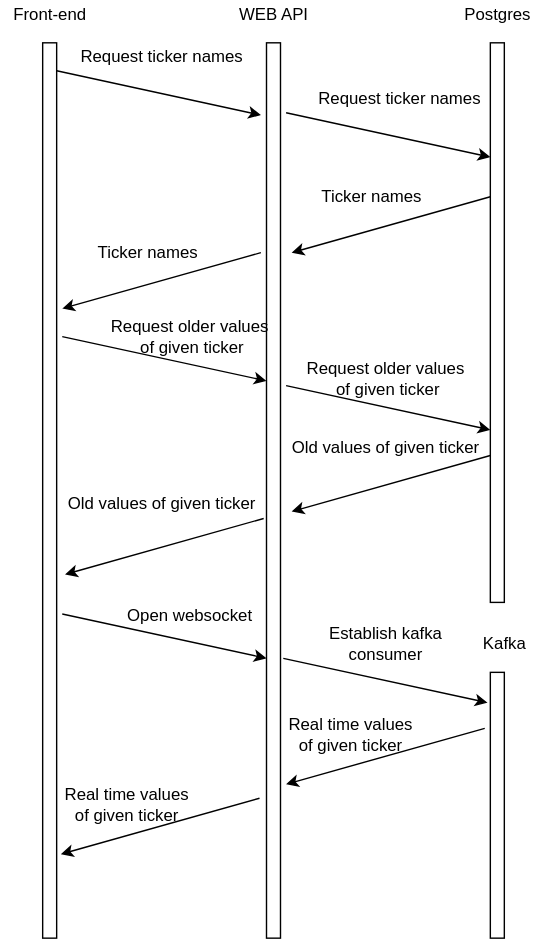
Earlier version of the draw.io export docs/frontend.svg (GreenBlackSky/trade_test). Source tidied: cells renumbered, new cells last; positions are measured from the earlier drawing's top-left corner, leaving out a move shared by most shapes. Source of this version:
```xml
<mxGraphModel>
  <root>
    <mxCell id="0" />
    <mxCell id="1" parent="0" />
    <mxCell id="2" style="whiteSpace=wrap;html=1;" parent="1" vertex="1">
      <mxGeometry x="30" y="30" width="10" height="640" as="geometry" />
    </mxCell>
    <mxCell id="3" style="whiteSpace=wrap;html=1;" parent="1" vertex="1">
      <mxGeometry x="190" y="30" width="10" height="640" as="geometry" />
    </mxCell>
    <mxCell id="4" style="whiteSpace=wrap;html=1;" parent="1" vertex="1">
      <mxGeometry x="350" y="30" width="10" height="400" as="geometry" />
    </mxCell>
    <mxCell id="5" value="Front-end" style="text;html=1;align=center;verticalAlign=middle;fillColor=none;strokeColor=none;rounded=0;" parent="1" vertex="1">
      <mxGeometry width="70" height="20" as="geometry" />
    </mxCell>
    <mxCell id="6" value="WEB API" style="text;html=1;align=center;verticalAlign=middle;fillColor=none;strokeColor=none;rounded=0;" parent="1" vertex="1">
      <mxGeometry x="165" width="60" height="20" as="geometry" />
    </mxCell>
    <mxCell id="7" style="whiteSpace=wrap;html=1;" parent="1" vertex="1">
      <mxGeometry x="350" y="480" width="10" height="190" as="geometry" />
    </mxCell>
    <mxCell id="8" value="Postgres" style="text;html=1;align=center;verticalAlign=middle;fillColor=none;strokeColor=none;rounded=0;" parent="1" vertex="1">
      <mxGeometry x="325" width="60" height="20" as="geometry" />
    </mxCell>
    <mxCell id="9" value="Kafka" style="text;html=1;align=center;verticalAlign=middle;fillColor=none;strokeColor=none;rounded=0;" parent="1" vertex="1">
      <mxGeometry x="335" y="450" width="50" height="20" as="geometry" />
    </mxCell>
    <mxCell id="10" value="Request ticker names" style="text;html=1;align=center;verticalAlign=middle;fillColor=none;strokeColor=none;rounded=0;" parent="1" vertex="1">
      <mxGeometry x="50" y="30" width="130" height="20" as="geometry" />
    </mxCell>
    <mxCell id="11" style="edgeStyle=none;html=1;exitX=1.2;exitY=0.102;exitDx=0;exitDy=0;entryX=-0.2;entryY=0.174;entryDx=0;entryDy=0;exitPerimeter=0;entryPerimeter=0;" parent="1" edge="1">
      <mxGeometry relative="1" as="geometry">
        <mxPoint x="204" y="80" as="sourcePoint" />
        <mxPoint x="350" y="111.7" as="targetPoint" />
      </mxGeometry>
    </mxCell>
    <mxCell id="12" style="edgeStyle=none;html=1;exitX=1.2;exitY=0.102;exitDx=0;exitDy=0;entryX=-0.2;entryY=0.174;entryDx=0;entryDy=0;exitPerimeter=0;entryPerimeter=0;" parent="1" edge="1">
      <mxGeometry relative="1" as="geometry">
        <mxPoint x="40" y="50" as="sourcePoint" />
        <mxPoint x="186" y="81.7" as="targetPoint" />
      </mxGeometry>
    </mxCell>
    <mxCell id="13" value="&lt;span style=&quot;color: rgba(0 , 0 , 0 , 0) ; font-family: monospace ; font-size: 0px&quot;&gt;%3CmxGraphModel%3E%3Croot%3E%3CmxCell%20id%3D%220%22%2F%3E%3CmxCell%20id%3D%221%22%20parent%3D%220%22%2F%3E%3CmxCell%20id%3D%222%22%20value%3D%22Request%20ticker%20names%22%20style%3D%22text%3Bhtml%3D1%3Bresizable%3D0%3Bautosize%3D1%3Balign%3Dcenter%3BverticalAlign%3Dmiddle%3Bpoints%3D%5B%5D%3BfillColor%3Dnone%3BstrokeColor%3Dnone%3Brounded%3D0%3B%22%20vertex%3D%221%22%20parent%3D%221%22%3E%3CmxGeometry%20x%3D%22140%22%20y%3D%2240%22%20width%3D%22130%22%20height%3D%2220%22%20as%3D%22geometry%22%2F%3E%3C%2FmxCell%3E%3C%2Froot%3E%3C%2FmxGraphModel%3E&lt;/span&gt;" style="text;html=1;align=center;verticalAlign=middle;fillColor=none;strokeColor=none;rounded=0;" parent="1" vertex="1">
      <mxGeometry x="275" y="60" width="20" height="20" as="geometry" />
    </mxCell>
    <mxCell id="14" style="edgeStyle=none;html=1;exitX=1.2;exitY=0.102;exitDx=0;exitDy=0;exitPerimeter=0;" parent="1" edge="1">
      <mxGeometry relative="1" as="geometry">
        <mxPoint x="350" y="140" as="sourcePoint" />
        <mxPoint x="208" y="180" as="targetPoint" />
      </mxGeometry>
    </mxCell>
    <mxCell id="15" style="edgeStyle=none;html=1;exitX=1.2;exitY=0.102;exitDx=0;exitDy=0;exitPerimeter=0;" parent="1" edge="1">
      <mxGeometry relative="1" as="geometry">
        <mxPoint x="186" y="180" as="sourcePoint" />
        <mxPoint x="44" y="220" as="targetPoint" />
      </mxGeometry>
    </mxCell>
    <mxCell id="16" value="Ticker names" style="text;html=1;align=center;verticalAlign=middle;fillColor=none;strokeColor=none;rounded=0;" parent="1" vertex="1">
      <mxGeometry x="220" y="130" width="90" height="20" as="geometry" />
    </mxCell>
    <mxCell id="17" style="edgeStyle=none;html=1;exitX=1.2;exitY=0.102;exitDx=0;exitDy=0;entryX=-0.2;entryY=0.174;entryDx=0;entryDy=0;exitPerimeter=0;entryPerimeter=0;" parent="1" edge="1">
      <mxGeometry relative="1" as="geometry">
        <mxPoint x="44" y="240" as="sourcePoint" />
        <mxPoint x="190" y="271.7" as="targetPoint" />
      </mxGeometry>
    </mxCell>
    <mxCell id="18" style="edgeStyle=none;html=1;exitX=1.2;exitY=0.102;exitDx=0;exitDy=0;entryX=-0.2;entryY=0.174;entryDx=0;entryDy=0;exitPerimeter=0;entryPerimeter=0;" parent="1" edge="1">
      <mxGeometry relative="1" as="geometry">
        <mxPoint x="204" y="275" as="sourcePoint" />
        <mxPoint x="350" y="306.7" as="targetPoint" />
      </mxGeometry>
    </mxCell>
    <mxCell id="19" style="edgeStyle=none;html=1;exitX=1.2;exitY=0.102;exitDx=0;exitDy=0;exitPerimeter=0;" parent="1" edge="1">
      <mxGeometry relative="1" as="geometry">
        <mxPoint x="350" y="325" as="sourcePoint" />
        <mxPoint x="208" y="365" as="targetPoint" />
      </mxGeometry>
    </mxCell>
    <mxCell id="20" style="edgeStyle=none;html=1;exitX=1.2;exitY=0.102;exitDx=0;exitDy=0;exitPerimeter=0;" parent="1" edge="1">
      <mxGeometry relative="1" as="geometry">
        <mxPoint x="188" y="370" as="sourcePoint" />
        <mxPoint x="46" y="410" as="targetPoint" />
      </mxGeometry>
    </mxCell>
    <mxCell id="21" value="Request older values&lt;br&gt;&amp;nbsp;of given ticker" style="text;html=1;align=center;verticalAlign=middle;fillColor=none;strokeColor=none;rounded=0;" parent="1" vertex="1">
      <mxGeometry x="70" y="225" width="130" height="30" as="geometry" />
    </mxCell>
    <mxCell id="22" value="Request ticker names" style="text;html=1;align=center;verticalAlign=middle;fillColor=none;strokeColor=none;rounded=0;" parent="1" vertex="1">
      <mxGeometry x="220" y="60" width="130" height="20" as="geometry" />
    </mxCell>
    <mxCell id="23" value="Ticker names" style="text;html=1;align=center;verticalAlign=middle;fillColor=none;strokeColor=none;rounded=0;" parent="1" vertex="1">
      <mxGeometry x="60" y="170" width="90" height="20" as="geometry" />
    </mxCell>
    <mxCell id="24" value="Request older values&lt;br&gt;&amp;nbsp;of given ticker" style="text;html=1;align=center;verticalAlign=middle;fillColor=none;strokeColor=none;rounded=0;" parent="1" vertex="1">
      <mxGeometry x="210" y="255" width="130" height="30" as="geometry" />
    </mxCell>
    <mxCell id="25" value="Old values of given ticker" style="text;html=1;align=center;verticalAlign=middle;fillColor=none;strokeColor=none;rounded=0;" parent="1" vertex="1">
      <mxGeometry x="200" y="310" width="150" height="20" as="geometry" />
    </mxCell>
    <mxCell id="26" value="Old values of given ticker" style="text;html=1;align=center;verticalAlign=middle;fillColor=none;strokeColor=none;rounded=0;" parent="1" vertex="1">
      <mxGeometry x="40" y="350" width="150" height="20" as="geometry" />
    </mxCell>
    <mxCell id="27" style="edgeStyle=none;html=1;exitX=1.2;exitY=0.102;exitDx=0;exitDy=0;entryX=-0.2;entryY=0.174;entryDx=0;entryDy=0;exitPerimeter=0;entryPerimeter=0;" parent="1" edge="1">
      <mxGeometry relative="1" as="geometry">
        <mxPoint x="44" y="438.3" as="sourcePoint" />
        <mxPoint x="190" y="470" as="targetPoint" />
      </mxGeometry>
    </mxCell>
    <mxCell id="28" style="edgeStyle=none;html=1;exitX=1.2;exitY=0.102;exitDx=0;exitDy=0;entryX=-0.2;entryY=0.174;entryDx=0;entryDy=0;exitPerimeter=0;entryPerimeter=0;" parent="1" edge="1">
      <mxGeometry relative="1" as="geometry">
        <mxPoint x="202" y="470" as="sourcePoint" />
        <mxPoint x="348" y="501.7" as="targetPoint" />
      </mxGeometry>
    </mxCell>
    <mxCell id="29" value="Open websocket" style="text;html=1;align=center;verticalAlign=middle;fillColor=none;strokeColor=none;rounded=0;" parent="1" vertex="1">
      <mxGeometry x="85" y="430" width="100" height="20" as="geometry" />
    </mxCell>
    <mxCell id="30" value="Establish kafka &lt;br&gt;consumer" style="text;html=1;align=center;verticalAlign=middle;fillColor=none;strokeColor=none;rounded=0;" parent="1" vertex="1">
      <mxGeometry x="225" y="445" width="100" height="30" as="geometry" />
    </mxCell>
    <mxCell id="31" style="edgeStyle=none;html=1;exitX=1.2;exitY=0.102;exitDx=0;exitDy=0;exitPerimeter=0;" parent="1" edge="1">
      <mxGeometry relative="1" as="geometry">
        <mxPoint x="346" y="520" as="sourcePoint" />
        <mxPoint x="204" y="560" as="targetPoint" />
      </mxGeometry>
    </mxCell>
    <mxCell id="32" style="edgeStyle=none;html=1;exitX=1.2;exitY=0.102;exitDx=0;exitDy=0;exitPerimeter=0;" parent="1" edge="1">
      <mxGeometry relative="1" as="geometry">
        <mxPoint x="185" y="570" as="sourcePoint" />
        <mxPoint x="43" y="610" as="targetPoint" />
      </mxGeometry>
    </mxCell>
    <mxCell id="33" value="Real time values&lt;br&gt;of given ticker" style="text;html=1;align=center;verticalAlign=middle;fillColor=none;strokeColor=none;rounded=0;" parent="1" vertex="1">
      <mxGeometry x="200" y="510" width="100" height="30" as="geometry" />
    </mxCell>
    <mxCell id="34" value="Real time values&lt;br&gt;of given ticker" style="text;html=1;align=center;verticalAlign=middle;fillColor=none;strokeColor=none;rounded=0;" parent="1" vertex="1">
      <mxGeometry x="40" y="560" width="100" height="30" as="geometry" />
    </mxCell>
  </root>
</mxGraphModel>
```
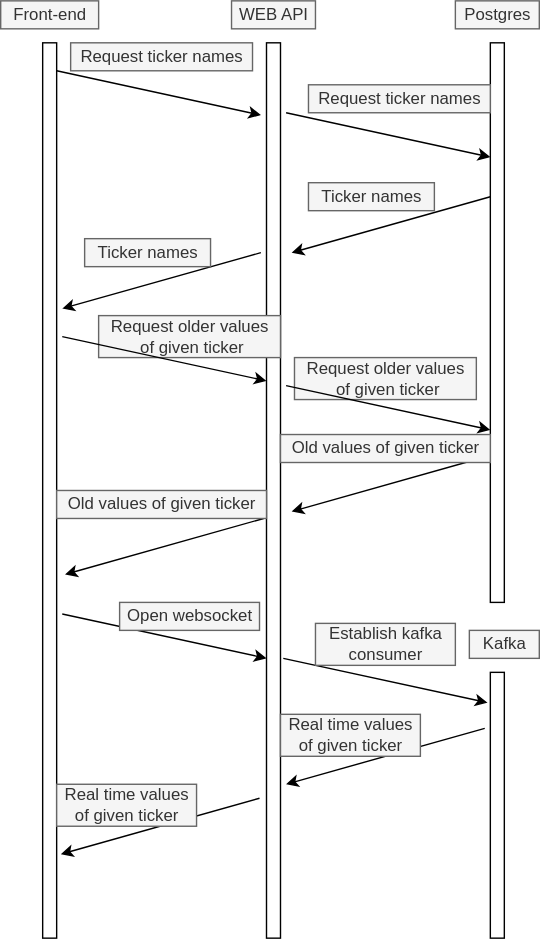
The same file after the commit.

The edit, as a diff of the source:
```diff
@@ -11,22 +11,22 @@
     <mxCell id="4" style="whiteSpace=wrap;html=1;" parent="1" vertex="1">
       <mxGeometry x="350" y="30" width="10" height="400" as="geometry" />
     </mxCell>
-    <mxCell id="5" value="Front-end" style="text;html=1;align=center;verticalAlign=middle;fillColor=none;strokeColor=none;rounded=0;" parent="1" vertex="1">
+    <mxCell id="5" value="Front-end" style="text;html=1;align=center;verticalAlign=middle;fillColor=#f5f5f5;strokeColor=#666666;rounded=0;fontColor=#333333;" parent="1" vertex="1">
       <mxGeometry width="70" height="20" as="geometry" />
     </mxCell>
-    <mxCell id="6" value="WEB API" style="text;html=1;align=center;verticalAlign=middle;fillColor=none;strokeColor=none;rounded=0;" parent="1" vertex="1">
+    <mxCell id="6" value="WEB API" style="text;html=1;align=center;verticalAlign=middle;fillColor=#f5f5f5;strokeColor=#666666;rounded=0;fontColor=#333333;" parent="1" vertex="1">
       <mxGeometry x="165" width="60" height="20" as="geometry" />
     </mxCell>
     <mxCell id="7" style="whiteSpace=wrap;html=1;" parent="1" vertex="1">
       <mxGeometry x="350" y="480" width="10" height="190" as="geometry" />
     </mxCell>
-    <mxCell id="8" value="Postgres" style="text;html=1;align=center;verticalAlign=middle;fillColor=none;strokeColor=none;rounded=0;" parent="1" vertex="1">
+    <mxCell id="8" value="Postgres" style="text;html=1;align=center;verticalAlign=middle;fillColor=#f5f5f5;strokeColor=#666666;rounded=0;fontColor=#333333;" parent="1" vertex="1">
       <mxGeometry x="325" width="60" height="20" as="geometry" />
     </mxCell>
-    <mxCell id="9" value="Kafka" style="text;html=1;align=center;verticalAlign=middle;fillColor=none;strokeColor=none;rounded=0;" parent="1" vertex="1">
+    <mxCell id="9" value="Kafka" style="text;html=1;align=center;verticalAlign=middle;fillColor=#f5f5f5;strokeColor=#666666;rounded=0;fontColor=#333333;" parent="1" vertex="1">
       <mxGeometry x="335" y="450" width="50" height="20" as="geometry" />
     </mxCell>
-    <mxCell id="10" value="Request ticker names" style="text;html=1;align=center;verticalAlign=middle;fillColor=none;strokeColor=none;rounded=0;" parent="1" vertex="1">
+    <mxCell id="10" value="Request ticker names" style="text;html=1;align=center;verticalAlign=middle;fillColor=#f5f5f5;strokeColor=#666666;rounded=0;fontColor=#333333;" parent="1" vertex="1">
       <mxGeometry x="50" y="30" width="130" height="20" as="geometry" />
     </mxCell>
     <mxCell id="11" style="edgeStyle=none;html=1;exitX=1.2;exitY=0.102;exitDx=0;exitDy=0;entryX=-0.2;entryY=0.174;entryDx=0;entryDy=0;exitPerimeter=0;entryPerimeter=0;" parent="1" edge="1">
@@ -56,21 +56,9 @@
         <mxPoint x="44" y="220" as="targetPoint" />
       </mxGeometry>
     </mxCell>
-    <mxCell id="16" value="Ticker names" style="text;html=1;align=center;verticalAlign=middle;fillColor=none;strokeColor=none;rounded=0;" parent="1" vertex="1">
+    <mxCell id="16" value="Ticker names" style="text;html=1;align=center;verticalAlign=middle;fillColor=#f5f5f5;strokeColor=#666666;rounded=0;fontColor=#333333;" parent="1" vertex="1">
       <mxGeometry x="220" y="130" width="90" height="20" as="geometry" />
     </mxCell>
-    <mxCell id="17" style="edgeStyle=none;html=1;exitX=1.2;exitY=0.102;exitDx=0;exitDy=0;entryX=-0.2;entryY=0.174;entryDx=0;entryDy=0;exitPerimeter=0;entryPerimeter=0;" parent="1" edge="1">
-      <mxGeometry relative="1" as="geometry">
-        <mxPoint x="44" y="240" as="sourcePoint" />
-        <mxPoint x="190" y="271.7" as="targetPoint" />
-      </mxGeometry>
-    </mxCell>
-    <mxCell id="18" style="edgeStyle=none;html=1;exitX=1.2;exitY=0.102;exitDx=0;exitDy=0;entryX=-0.2;entryY=0.174;entryDx=0;entryDy=0;exitPerimeter=0;entryPerimeter=0;" parent="1" edge="1">
-      <mxGeometry relative="1" as="geometry">
-        <mxPoint x="204" y="275" as="sourcePoint" />
-        <mxPoint x="350" y="306.7" as="targetPoint" />
-      </mxGeometry>
-    </mxCell>
     <mxCell id="19" style="edgeStyle=none;html=1;exitX=1.2;exitY=0.102;exitDx=0;exitDy=0;exitPerimeter=0;" parent="1" edge="1">
       <mxGeometry relative="1" as="geometry">
         <mxPoint x="350" y="325" as="sourcePoint" />
@@ -86,10 +74,10 @@
     <mxCell id="21" value="Request older values&lt;br&gt;&amp;nbsp;of given ticker" style="text;html=1;align=center;verticalAlign=middle;fillColor=none;strokeColor=none;rounded=0;" parent="1" vertex="1">
       <mxGeometry x="70" y="225" width="130" height="30" as="geometry" />
     </mxCell>
-    <mxCell id="22" value="Request ticker names" style="text;html=1;align=center;verticalAlign=middle;fillColor=none;strokeColor=none;rounded=0;" parent="1" vertex="1">
+    <mxCell id="22" value="Request ticker names" style="text;html=1;align=center;verticalAlign=middle;fillColor=#f5f5f5;strokeColor=#666666;rounded=0;fontColor=#333333;" parent="1" vertex="1">
       <mxGeometry x="220" y="60" width="130" height="20" as="geometry" />
     </mxCell>
-    <mxCell id="23" value="Ticker names" style="text;html=1;align=center;verticalAlign=middle;fillColor=none;strokeColor=none;rounded=0;" parent="1" vertex="1">
+    <mxCell id="23" value="Ticker names" style="text;html=1;align=center;verticalAlign=middle;fillColor=#f5f5f5;strokeColor=#666666;rounded=0;fontColor=#333333;" parent="1" vertex="1">
       <mxGeometry x="60" y="170" width="90" height="20" as="geometry" />
     </mxCell>
     <mxCell id="24" value="Request older values&lt;br&gt;&amp;nbsp;of given ticker" style="text;html=1;align=center;verticalAlign=middle;fillColor=none;strokeColor=none;rounded=0;" parent="1" vertex="1">
@@ -98,7 +86,7 @@
     <mxCell id="25" value="Old values of given ticker" style="text;html=1;align=center;verticalAlign=middle;fillColor=none;strokeColor=none;rounded=0;" parent="1" vertex="1">
       <mxGeometry x="200" y="310" width="150" height="20" as="geometry" />
     </mxCell>
-    <mxCell id="26" value="Old values of given ticker" style="text;html=1;align=center;verticalAlign=middle;fillColor=none;strokeColor=none;rounded=0;" parent="1" vertex="1">
+    <mxCell id="26" value="Old values of given ticker" style="text;html=1;align=center;verticalAlign=middle;fillColor=#f5f5f5;strokeColor=#666666;rounded=0;fontColor=#333333;" parent="1" vertex="1">
       <mxGeometry x="40" y="350" width="150" height="20" as="geometry" />
     </mxCell>
     <mxCell id="27" style="edgeStyle=none;html=1;exitX=1.2;exitY=0.102;exitDx=0;exitDy=0;entryX=-0.2;entryY=0.174;entryDx=0;entryDy=0;exitPerimeter=0;entryPerimeter=0;" parent="1" edge="1">
@@ -113,10 +101,10 @@
         <mxPoint x="348" y="501.7" as="targetPoint" />
       </mxGeometry>
     </mxCell>
-    <mxCell id="29" value="Open websocket" style="text;html=1;align=center;verticalAlign=middle;fillColor=none;strokeColor=none;rounded=0;" parent="1" vertex="1">
+    <mxCell id="29" value="Open websocket" style="text;html=1;align=center;verticalAlign=middle;fillColor=#f5f5f5;strokeColor=#666666;rounded=0;fontColor=#333333;" parent="1" vertex="1">
       <mxGeometry x="85" y="430" width="100" height="20" as="geometry" />
     </mxCell>
-    <mxCell id="30" value="Establish kafka &lt;br&gt;consumer" style="text;html=1;align=center;verticalAlign=middle;fillColor=none;strokeColor=none;rounded=0;" parent="1" vertex="1">
+    <mxCell id="30" value="Establish kafka &lt;br&gt;consumer" style="text;html=1;align=center;verticalAlign=middle;fillColor=#f5f5f5;strokeColor=#666666;rounded=0;fontColor=#333333;" parent="1" vertex="1">
       <mxGeometry x="225" y="445" width="100" height="30" as="geometry" />
     </mxCell>
     <mxCell id="31" style="edgeStyle=none;html=1;exitX=1.2;exitY=0.102;exitDx=0;exitDy=0;exitPerimeter=0;" parent="1" edge="1">
@@ -131,11 +119,32 @@
         <mxPoint x="43" y="610" as="targetPoint" />
       </mxGeometry>
     </mxCell>
-    <mxCell id="33" value="Real time values&lt;br&gt;of given ticker" style="text;html=1;align=center;verticalAlign=middle;fillColor=none;strokeColor=none;rounded=0;" parent="1" vertex="1">
+    <mxCell id="33" value="Real time values&lt;br&gt;of given ticker" style="text;html=1;align=center;verticalAlign=middle;fillColor=#f5f5f5;strokeColor=#666666;rounded=0;fontColor=#333333;" parent="1" vertex="1">
       <mxGeometry x="200" y="510" width="100" height="30" as="geometry" />
     </mxCell>
-    <mxCell id="34" value="Real time values&lt;br&gt;of given ticker" style="text;html=1;align=center;verticalAlign=middle;fillColor=none;strokeColor=none;rounded=0;" parent="1" vertex="1">
+    <mxCell id="34" value="Real time values&lt;br&gt;of given ticker" style="text;html=1;align=center;verticalAlign=middle;fillColor=#f5f5f5;strokeColor=#666666;rounded=0;fontColor=#333333;" parent="1" vertex="1">
       <mxGeometry x="40" y="560" width="100" height="30" as="geometry" />
     </mxCell>
+    <mxCell id="35" value="Request older values&lt;br&gt;&amp;nbsp;of given ticker" style="text;html=1;align=center;verticalAlign=middle;fillColor=#f5f5f5;strokeColor=#666666;rounded=0;fontColor=#333333;" parent="1" vertex="1">
+      <mxGeometry x="210" y="255" width="130" height="30" as="geometry" />
+    </mxCell>
+    <mxCell id="36" value="Request older values&lt;br&gt;&amp;nbsp;of given ticker" style="text;html=1;align=center;verticalAlign=middle;fillColor=#f5f5f5;strokeColor=#666666;rounded=0;fontColor=#333333;" parent="1" vertex="1">
+      <mxGeometry x="70" y="225" width="130" height="30" as="geometry" />
+    </mxCell>
+    <mxCell id="37" value="Old values of given ticker" style="text;html=1;align=center;verticalAlign=middle;fillColor=#f5f5f5;strokeColor=#666666;rounded=0;fontColor=#333333;" parent="1" vertex="1">
+      <mxGeometry x="200" y="310" width="150" height="20" as="geometry" />
+    </mxCell>
+    <mxCell id="17" style="edgeStyle=none;html=1;exitX=1.2;exitY=0.102;exitDx=0;exitDy=0;entryX=-0.2;entryY=0.174;entryDx=0;entryDy=0;exitPerimeter=0;entryPerimeter=0;" parent="1" edge="1">
+      <mxGeometry relative="1" as="geometry">
+        <mxPoint x="44" y="240" as="sourcePoint" />
+        <mxPoint x="190" y="271.7" as="targetPoint" />
+      </mxGeometry>
+    </mxCell>
+    <mxCell id="18" style="edgeStyle=none;html=1;exitX=1.2;exitY=0.102;exitDx=0;exitDy=0;entryX=-0.2;entryY=0.174;entryDx=0;entryDy=0;exitPerimeter=0;entryPerimeter=0;" parent="1" edge="1">
+      <mxGeometry relative="1" as="geometry">
+        <mxPoint x="204" y="275" as="sourcePoint" />
+        <mxPoint x="350" y="306.7" as="targetPoint" />
+      </mxGeometry>
+    </mxCell>
   </root>
 </mxGraphModel>
```
